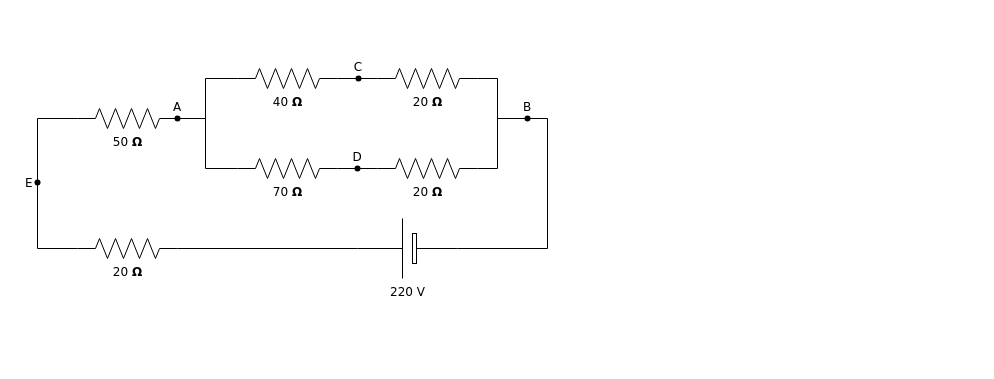
Before: Untitled Diagram.drawio in muhdariffrazak/SUTD-Research, a draw.io diagram. Source tidied: cells renumbered, new cells numbered last; positions are measured from the earlier drawing's top-left corner, leaving out a move shared by most shapes. Both pictures are drawn from the tidied source at 100%, with x=0, y=0 at pixel (17, 58).
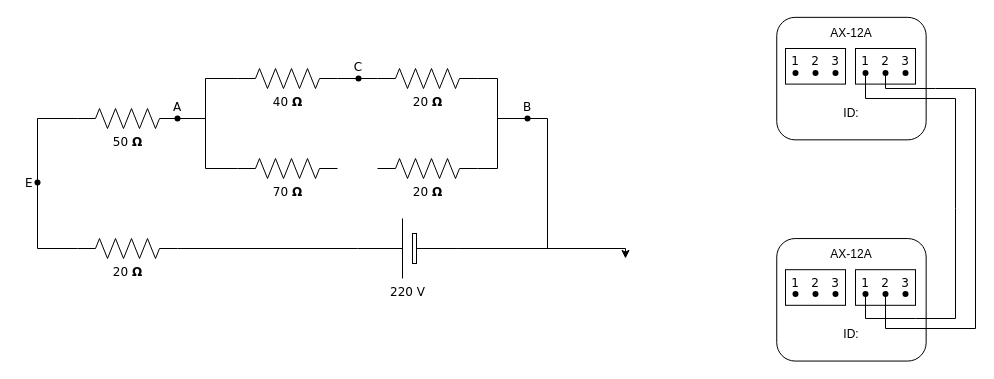
After the change.

Commit message:
Cleaning_brush

The change refers to these unchanged cells:
```xml
<mxCell id="7" value="70&amp;nbsp;&lt;b&gt;Ω&lt;/b&gt;" style="verticalLabelPosition=bottom;shadow=0;dashed=0;align=center;html=1;verticalAlign=top;strokeWidth=1;shape=mxgraph.electrical.resistors.resistor_2;rounded=1;comic=0;labelBackgroundColor=none;fontFamily=Verdana;fontSize=12;" parent="1" vertex="1">
  <mxGeometry x="220" y="100" width="100" height="20" as="geometry" />
</mxCell>
<mxCell id="9" value="20&amp;nbsp;&lt;b&gt;Ω&lt;/b&gt;" style="verticalLabelPosition=bottom;shadow=0;dashed=0;align=center;html=1;verticalAlign=top;strokeWidth=1;shape=mxgraph.electrical.resistors.resistor_2;rounded=1;comic=0;labelBackgroundColor=none;fontFamily=Verdana;fontSize=12;" parent="1" vertex="1">
  <mxGeometry x="360" y="100" width="100" height="20" as="geometry" />
</mxCell>
<mxCell id="17" value="220 V" style="verticalLabelPosition=bottom;shadow=0;dashed=0;align=center;fillColor=default;html=1;verticalAlign=top;strokeWidth=1;shape=mxgraph.electrical.miscellaneous.monocell_battery;rounded=1;comic=0;labelBackgroundColor=none;fontFamily=Verdana;fontSize=12;flipH=1;" parent="1" vertex="1">
  <mxGeometry x="340" y="160" width="100" height="60" as="geometry" />
</mxCell>
```

The edit, as a diff of the source:
```diff
@@
-    <mxCell id="6" style="edgeStyle=orthogonalEdgeStyle;rounded=0;html=1;exitX=1;exitY=0.5;exitPerimeter=0;labelBackgroundColor=none;startArrow=none;startFill=0;startSize=5;endArrow=none;endFill=0;endSize=5;jettySize=auto;strokeWidth=1;fontFamily=Verdana;fontSize=12;" parent="1" edge="1" source="7" target="24">
-      <mxGeometry relative="1" as="geometry" />
-    </mxCell>
@@
+    <mxCell id="26" style="edgeStyle=orthogonalEdgeStyle;rounded=0;jettySize=auto;html=1;" parent="1" edge="1" source="17">
+      <mxGeometry relative="1" as="geometry">
+        <mxPoint x="608" y="200" as="targetPoint" />
+        <Array as="points">
+          <mxPoint x="608" y="190" />
+        </Array>
+      </mxGeometry>
+    </mxCell>
@@
+    <mxCell id="27" style="group;" parent="1" vertex="1">
+      <mxGeometry x="758" y="-41.2" width="150.6" height="122.5" as="geometry" />
+    </mxCell>
+    <mxCell id="28" style="rounded=1;whiteSpace=wrap;html=1;rotation=90;" parent="27" vertex="1">
+      <mxGeometry x="14.7" y="-13.4" width="122.5" height="149.4" as="geometry" />
+    </mxCell>
+    <mxCell id="29" style="group;" parent="27" vertex="1">
+      <mxGeometry y="31.2" width="80" height="40" as="geometry" />
+    </mxCell>
+    <mxCell id="30" style="rounded=0;whiteSpace=wrap;html=1;" parent="29" vertex="1">
+      <mxGeometry x="10" width="60" height="35.6" as="geometry" />
+    </mxCell>
-    <mxCell id="24" value="D" style="shape=waypoint;sketch=0;fillStyle=solid;size=6;points=[];fillColor=none;perimeter=centerPerimeter;snapToPoint=1;verticalAlign=top;spacingBottom=0;spacingTop=-5;fontFamily=Verdana;fontSize=12;" parent="1" vertex="1">
-      <mxGeometry x="320" y="90" width="40" height="40" as="geometry" />
+    <mxCell id="24" value="1" style="shape=waypoint;sketch=0;fillStyle=solid;size=6;points=[];fillColor=none;perimeter=centerPerimeter;snapToPoint=1;verticalAlign=top;spacingBottom=0;spacingTop=-5;fontFamily=Verdana;fontSize=12;" parent="29" vertex="1">
+      <mxGeometry y="4.4" width="40" height="40" as="geometry" />
     </mxCell>
-    <mxCell id="25" style="edgeStyle=orthogonalEdgeStyle;rounded=0;html=1;labelBackgroundColor=none;startArrow=none;startFill=0;startSize=5;endArrow=none;endFill=0;endSize=5;jettySize=auto;strokeWidth=1;fontFamily=Verdana;fontSize=12;entryX=0;entryY=0.5;entryDx=0;entryDy=0;entryPerimeter=0;" parent="1" edge="1" source="24" target="9">
-      <mxGeometry relative="1" as="geometry" />
-    </mxCell>
+    <mxCell id="31" value="3&#10;" style="shape=waypoint;sketch=0;fillStyle=solid;size=6;fillColor=none;perimeter=centerPerimeter;verticalAlign=top;spacingBottom=0;spacingTop=-5;fontFamily=Verdana;fontSize=12;" parent="29" vertex="1">
+      <mxGeometry x="40" y="4.4" width="40" height="40" as="geometry" />
+    </mxCell>
+    <mxCell id="32" value="2&#10;" style="shape=waypoint;sketch=0;fillStyle=solid;size=6;fillColor=none;perimeter=centerPerimeter;verticalAlign=top;spacingBottom=0;spacingTop=-5;fontFamily=Verdana;fontSize=12;" parent="29" vertex="1">
+      <mxGeometry x="20" y="4.4" width="40" height="40" as="geometry" />
+    </mxCell>
+    <mxCell id="33" style="group;" parent="27" vertex="1">
+      <mxGeometry x="70" y="31.2" width="80" height="40" as="geometry" />
+    </mxCell>
+    <mxCell id="34" style="rounded=0;whiteSpace=wrap;html=1;" parent="33" vertex="1">
+      <mxGeometry x="10" width="60" height="35.6" as="geometry" />
+    </mxCell>
+    <mxCell id="35" value="1" style="shape=waypoint;sketch=0;fillStyle=solid;size=6;points=[];fillColor=none;perimeter=centerPerimeter;snapToPoint=1;verticalAlign=top;spacingBottom=0;spacingTop=-5;fontFamily=Verdana;fontSize=12;" parent="33" vertex="1">
+      <mxGeometry y="4.4" width="40" height="40" as="geometry" />
+    </mxCell>
+    <mxCell id="36" value="3&#10;" style="shape=waypoint;sketch=0;fillStyle=solid;size=6;fillColor=none;perimeter=centerPerimeter;verticalAlign=top;spacingBottom=0;spacingTop=-5;fontFamily=Verdana;fontSize=12;" parent="33" vertex="1">
+      <mxGeometry x="40" y="4.4" width="40" height="40" as="geometry" />
+    </mxCell>
+    <mxCell id="37" value="2&#10;" style="shape=waypoint;sketch=0;fillStyle=solid;size=6;points=[];fillColor=none;perimeter=centerPerimeter;snapToPoint=1;verticalAlign=top;spacingBottom=0;spacingTop=-5;fontFamily=Verdana;fontSize=12;" parent="33" vertex="1">
+      <mxGeometry x="20" y="4.4" width="40" height="40" as="geometry" />
+    </mxCell>
+    <mxCell id="38" value="AX-12A" style="text;html=1;strokeColor=none;fillColor=none;align=center;verticalAlign=middle;whiteSpace=wrap;rounded=0;" parent="27" vertex="1">
+      <mxGeometry x="46" y="1.2" width="60" height="30" as="geometry" />
+    </mxCell>
+    <mxCell id="39" value="ID: " style="text;html=1;strokeColor=none;fillColor=none;align=center;verticalAlign=middle;whiteSpace=wrap;rounded=0;" parent="27" vertex="1">
+      <mxGeometry x="46" y="81.2" width="60" height="30" as="geometry" />
+    </mxCell>
+    <mxCell id="40" style="group;" parent="1" vertex="1">
+      <mxGeometry x="758" y="180" width="150.6" height="122.5" as="geometry" />
+    </mxCell>
+    <mxCell id="41" style="rounded=1;whiteSpace=wrap;html=1;rotation=90;" parent="40" vertex="1">
+      <mxGeometry x="14.7" y="-13.4" width="122.5" height="149.4" as="geometry" />
+    </mxCell>
+    <mxCell id="42" style="group;" parent="40" vertex="1">
+      <mxGeometry y="31.2" width="80" height="40" as="geometry" />
+    </mxCell>
+    <mxCell id="43" style="rounded=0;whiteSpace=wrap;html=1;" parent="42" vertex="1">
+      <mxGeometry x="10" width="60" height="35.6" as="geometry" />
+    </mxCell>
+    <mxCell id="44" value="1" style="shape=waypoint;sketch=0;fillStyle=solid;size=6;fillColor=none;perimeter=centerPerimeter;verticalAlign=top;spacingBottom=0;spacingTop=-5;fontFamily=Verdana;fontSize=12;" parent="42" vertex="1">
+      <mxGeometry y="4.4" width="40" height="40" as="geometry" />
+    </mxCell>
+    <mxCell id="45" value="3&#10;" style="shape=waypoint;sketch=0;fillStyle=solid;size=6;fillColor=none;perimeter=centerPerimeter;verticalAlign=top;spacingBottom=0;spacingTop=-5;fontFamily=Verdana;fontSize=12;" parent="42" vertex="1">
+      <mxGeometry x="40" y="4.4" width="40" height="40" as="geometry" />
+    </mxCell>
+    <mxCell id="46" value="2&#10;" style="shape=waypoint;sketch=0;fillStyle=solid;size=6;fillColor=none;perimeter=centerPerimeter;verticalAlign=top;spacingBottom=0;spacingTop=-5;fontFamily=Verdana;fontSize=12;" parent="42" vertex="1">
+      <mxGeometry x="20" y="4.4" width="40" height="40" as="geometry" />
+    </mxCell>
+    <mxCell id="47" style="group;" parent="40" vertex="1">
+      <mxGeometry x="70" y="31.2" width="80" height="40" as="geometry" />
+    </mxCell>
+    <mxCell id="48" style="rounded=0;whiteSpace=wrap;html=1;" parent="47" vertex="1">
+      <mxGeometry x="10" width="60" height="35.6" as="geometry" />
+    </mxCell>
+    <mxCell id="49" value="1" style="shape=waypoint;sketch=0;fillStyle=solid;size=6;points=[];fillColor=none;perimeter=centerPerimeter;snapToPoint=1;verticalAlign=top;spacingBottom=0;spacingTop=-5;fontFamily=Verdana;fontSize=12;" parent="47" vertex="1">
+      <mxGeometry y="4.4" width="40" height="40" as="geometry" />
+    </mxCell>
+    <mxCell id="50" value="3&#10;" style="shape=waypoint;sketch=0;fillStyle=solid;size=6;fillColor=none;perimeter=centerPerimeter;verticalAlign=top;spacingBottom=0;spacingTop=-5;fontFamily=Verdana;fontSize=12;" parent="47" vertex="1">
+      <mxGeometry x="40" y="4.4" width="40" height="40" as="geometry" />
+    </mxCell>
+    <mxCell id="51" value="2&#10;" style="shape=waypoint;sketch=0;fillStyle=solid;size=6;points=[];fillColor=none;perimeter=centerPerimeter;snapToPoint=1;verticalAlign=top;spacingBottom=0;spacingTop=-5;fontFamily=Verdana;fontSize=12;" parent="47" vertex="1">
+      <mxGeometry x="20" y="4.4" width="40" height="40" as="geometry" />
+    </mxCell>
+    <mxCell id="52" value="AX-12A" style="text;html=1;strokeColor=none;fillColor=none;align=center;verticalAlign=middle;whiteSpace=wrap;rounded=0;" parent="40" vertex="1">
+      <mxGeometry x="46" y="1.2" width="60" height="30" as="geometry" />
+    </mxCell>
+    <mxCell id="53" value="ID: " style="text;html=1;strokeColor=none;fillColor=none;align=center;verticalAlign=middle;whiteSpace=wrap;rounded=0;" parent="40" vertex="1">
+      <mxGeometry x="46" y="81.2" width="60" height="30" as="geometry" />
+    </mxCell>
+    <mxCell id="54" style="endArrow=none;html=1;rounded=0;exitX=0.575;exitY=0.683;exitDx=0;exitDy=0;exitPerimeter=0;" parent="1" edge="1" source="49" target="35">
+      <mxGeometry relative="1" as="geometry">
+        <Array as="points">
+          <mxPoint x="848" y="260" />
+          <mxPoint x="898" y="260" />
+          <mxPoint x="938" y="260" />
+          <mxPoint x="938" y="150" />
+          <mxPoint x="938" y="40" />
+          <mxPoint x="848" y="40" />
+        </Array>
+      </mxGeometry>
+    </mxCell>
+    <mxCell id="55" style="endArrow=none;html=1;rounded=0;exitX=0.6;exitY=0.508;exitDx=0;exitDy=0;exitPerimeter=0;" parent="1" edge="1" source="51" target="37">
+      <mxGeometry relative="1" as="geometry">
+        <Array as="points">
+          <mxPoint x="868" y="270" />
+          <mxPoint x="958" y="270" />
+          <mxPoint x="958" y="30" />
+          <mxPoint x="918" y="30" />
+          <mxPoint x="868" y="30" />
+        </Array>
+      </mxGeometry>
+    </mxCell>
```
